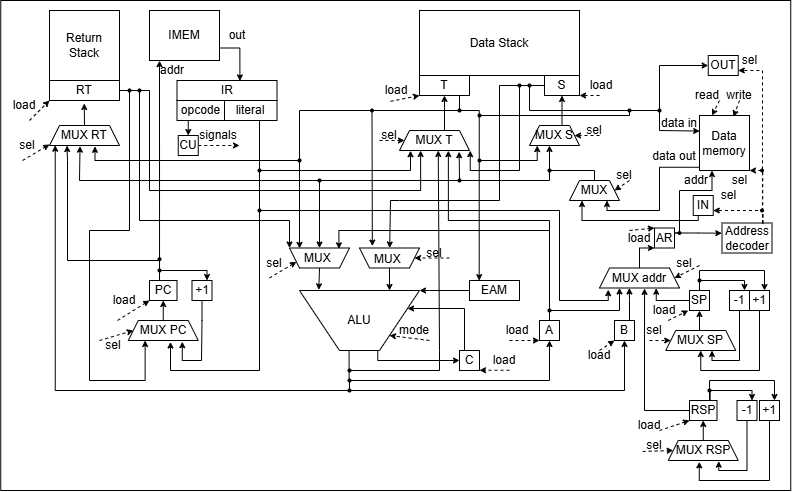
AndrewBond-005/itmo keeps this draw.io diagram as ак/схема.png. Above is the earlier version. Source tidied: cells renumbered, new cells last; positions are measured from the earlier drawing's top-left corner, leaving out a move shared by most shapes.
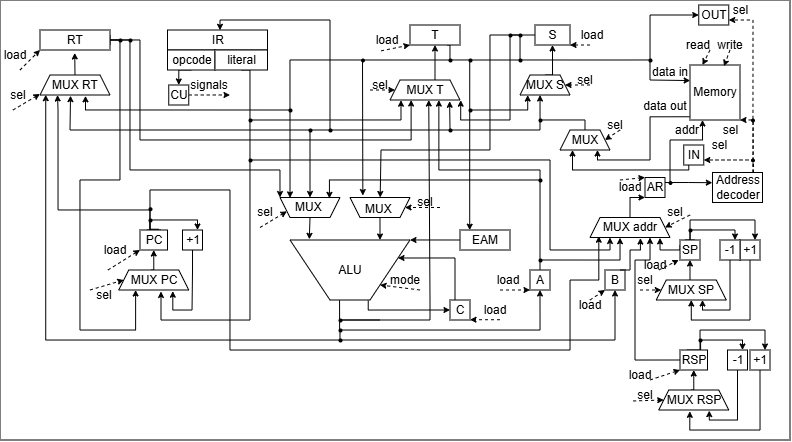
Above is the later version.

Change to the diagram source:
```diff
@@ -3,7 +3,7 @@
     <mxCell id="0" />
     <mxCell id="1" parent="0" />
     <mxCell id="2" style="rounded=0;whiteSpace=wrap;html=1;" parent="1" vertex="1">
-      <mxGeometry x="0.2" width="790" height="490" as="geometry" />
+      <mxGeometry x="9" y="50" width="790" height="440" as="geometry" />
     </mxCell>
     <mxCell id="3" style="edgeStyle=orthogonalEdgeStyle;rounded=0;jettySize=auto;html=1;entryX=0.5;entryY=1;entryDx=0;entryDy=0;startSize=4;endSize=4;jumpStyle=none;exitX=0.587;exitY=-0.004;exitDx=0;exitDy=0;exitPerimeter=0;" parent="1" edge="1" source="4" target="20">
       <mxGeometry relative="1" as="geometry">
@@ -19,9 +19,6 @@
     <mxCell id="5" value="ALU" style="text;html=1;whiteSpace=wrap;strokeColor=none;fillColor=none;align=center;verticalAlign=middle;rounded=0;" parent="1" vertex="1">
       <mxGeometry x="329" y="305" width="60" height="30" as="geometry" />
     </mxCell>
-    <mxCell id="6" value="Data Stack" style="rounded=0;whiteSpace=wrap;html=1;" parent="1" vertex="1">
-      <mxGeometry x="419" y="10" width="160" height="65" as="geometry" />
-    </mxCell>
     <mxCell id="7" style="edgeStyle=orthogonalEdgeStyle;rounded=0;jettySize=auto;html=1;entryX=0.786;entryY=1.097;entryDx=0;entryDy=0;jumpStyle=none;endSize=4;startSize=4;entryPerimeter=0;" parent="1" edge="1" source="166" target="70">
       <mxGeometry relative="1" as="geometry">
         <Array as="points">
@@ -54,11 +51,10 @@
         </Array>
       </mxGeometry>
     </mxCell>
-    <mxCell id="11" style="edgeStyle=orthogonalEdgeStyle;rounded=0;jettySize=auto;html=1;endArrow=classic;endFill=1;endSize=4;startSize=4;entryX=0;entryY=0.5;entryDx=0;entryDy=0;jumpStyle=none;" parent="1" edge="1" source="163" target="146">
+    <mxCell id="11" style="edgeStyle=orthogonalEdgeStyle;rounded=0;jettySize=auto;html=1;endArrow=classic;endFill=1;endSize=4;startSize=4;entryX=0;entryY=0.5;entryDx=0;entryDy=0;jumpStyle=none;" parent="1" edge="1" target="146">
       <mxGeometry relative="1" as="geometry">
+        <mxPoint x="629" y="110" as="sourcePoint" />
         <Array as="points">
-          <mxPoint x="479" y="115" />
-          <mxPoint x="629" y="115" />
           <mxPoint x="629" y="110" />
           <mxPoint x="659" y="110" />
           <mxPoint x="659" y="65" />
@@ -68,9 +64,6 @@
     <mxCell id="12" value="T" style="rounded=0;whiteSpace=wrap;html=1;" parent="1" vertex="1">
       <mxGeometry x="419" y="75" width="50" height="20" as="geometry" />
     </mxCell>
-    <mxCell id="13" value="Return Stack" style="rounded=0;whiteSpace=wrap;html=1;" parent="1" vertex="1">
-      <mxGeometry x="49" y="10" width="70" height="70" as="geometry" />
-    </mxCell>
     <mxCell id="14" style="edgeStyle=orthogonalEdgeStyle;rounded=0;jettySize=auto;html=1;exitX=1;exitY=0.75;exitDx=0;exitDy=0;entryX=0.25;entryY=1;entryDx=0;entryDy=0;jumpStyle=none;endSize=4;startSize=4;" parent="1" edge="1" source="128">
       <mxGeometry relative="1" as="geometry">
         <mxPoint x="144.6" y="340" as="targetPoint" />
@@ -106,10 +99,11 @@
         </Array>
       </mxGeometry>
     </mxCell>
-    <mxCell id="19" style="edgeStyle=orthogonalEdgeStyle;rounded=0;jettySize=auto;html=1;entryX=0.25;entryY=1;entryDx=0;entryDy=0;startSize=4;endSize=4;jumpStyle=none;" parent="1" edge="1" source="182" target="74">
+    <mxCell id="19" style="edgeStyle=orthogonalEdgeStyle;rounded=0;jettySize=auto;html=1;entryX=0.377;entryY=1.008;entryDx=0;entryDy=0;startSize=4;endSize=4;jumpStyle=none;entryPerimeter=0;" parent="1" edge="1" source="182" target="74">
       <mxGeometry relative="1" as="geometry">
         <Array as="points">
-          <mxPoint x="619" y="310" />
+          <mxPoint x="629" y="310" />
+          <mxPoint x="629" y="288" />
         </Array>
       </mxGeometry>
     </mxCell>
@@ -137,11 +131,12 @@
         </Array>
       </mxGeometry>
     </mxCell>
-    <mxCell id="24" style="edgeStyle=orthogonalEdgeStyle;rounded=0;jettySize=auto;html=1;exitX=0;exitY=0.25;exitDx=0;exitDy=0;entryX=0.709;entryY=1.008;entryDx=0;entryDy=0;jumpStyle=none;endSize=4;startSize=4;entryPerimeter=0;" parent="1" edge="1" source="25" target="74">
+    <mxCell id="24" style="edgeStyle=orthogonalEdgeStyle;rounded=0;jettySize=auto;html=1;exitX=0;exitY=0.25;exitDx=0;exitDy=0;entryX=0.869;entryY=1.018;entryDx=0;entryDy=0;jumpStyle=none;endSize=4;startSize=4;entryPerimeter=0;" parent="1" edge="1" source="25" target="74">
       <mxGeometry relative="1" as="geometry">
         <Array as="points">
           <mxPoint x="689" y="300" />
-          <mxPoint x="656" y="300" />
+          <mxPoint x="669" y="300" />
+          <mxPoint x="669" y="288" />
         </Array>
       </mxGeometry>
     </mxCell>
@@ -193,10 +188,12 @@
         </Array>
       </mxGeometry>
     </mxCell>
-    <mxCell id="33" style="edgeStyle=orthogonalEdgeStyle;rounded=0;jettySize=auto;html=1;exitX=0;exitY=0.5;exitDx=0;exitDy=0;jumpStyle=none;endSize=4;startSize=4;entryX=0.563;entryY=1.02;entryDx=0;entryDy=0;entryPerimeter=0;" parent="1" edge="1" source="34" target="74">
+    <mxCell id="33" style="edgeStyle=orthogonalEdgeStyle;rounded=0;jettySize=auto;html=1;exitX=0;exitY=0.5;exitDx=0;exitDy=0;jumpStyle=none;endSize=4;startSize=4;entryX=0.75;entryY=1;entryDx=0;entryDy=0;" parent="1" edge="1" source="34" target="74">
       <mxGeometry relative="1" as="geometry">
         <Array as="points">
           <mxPoint x="644" y="410" />
+          <mxPoint x="644" y="310" />
+          <mxPoint x="659" y="310" />
         </Array>
       </mxGeometry>
     </mxCell>
@@ -231,12 +228,13 @@
         <mxPoint x="700.2" y="440" as="sourcePoint" />
       </mxGeometry>
     </mxCell>
-    <mxCell id="40" style="edgeStyle=orthogonalEdgeStyle;rounded=0;jettySize=auto;html=1;entryX=0.373;entryY=0.998;entryDx=0;entryDy=0;jumpStyle=none;endSize=4;startSize=4;entryPerimeter=0;" parent="1" edge="1" target="74">
+    <mxCell id="40" style="edgeStyle=orthogonalEdgeStyle;rounded=0;jettySize=auto;html=1;entryX=0.63;entryY=1.029;entryDx=0;entryDy=0;jumpStyle=none;endSize=4;startSize=4;entryPerimeter=0;" parent="1" edge="1" target="74">
       <mxGeometry relative="1" as="geometry">
         <mxPoint x="629" y="320" as="sourcePoint" />
         <Array as="points">
-          <mxPoint x="629" y="300" />
-          <mxPoint x="629" y="300" />
+          <mxPoint x="639" y="320" />
+          <mxPoint x="639" y="300" />
+          <mxPoint x="649" y="300" />
         </Array>
       </mxGeometry>
     </mxCell>
@@ -315,13 +313,17 @@
         <mxPoint x="160.2" y="320" as="sourcePoint" />
       </mxGeometry>
     </mxCell>
-    <mxCell id="53" value="IMEM" style="rounded=0;whiteSpace=wrap;html=1;" parent="1" vertex="1">
-      <mxGeometry x="149" y="10" width="70" height="50" as="geometry" />
-    </mxCell>
-    <mxCell id="54" style="edgeStyle=orthogonalEdgeStyle;rounded=0;jettySize=auto;html=1;exitX=0.365;exitY=-0.007;exitDx=0;exitDy=0;jumpStyle=none;endSize=4;startSize=4;entryX=0.143;entryY=1.001;entryDx=0;entryDy=0;entryPerimeter=0;exitPerimeter=0;" parent="1" edge="1" source="49" target="53">
+    <mxCell id="54" style="edgeStyle=orthogonalEdgeStyle;rounded=0;jettySize=auto;html=1;exitX=0.365;exitY=-0.007;exitDx=0;exitDy=0;jumpStyle=none;endSize=4;startSize=4;exitPerimeter=0;entryX=0.11;entryY=0.935;entryDx=0;entryDy=0;entryPerimeter=0;" parent="1" edge="1" target="74">
       <mxGeometry relative="1" as="geometry">
+        <mxPoint x="167.8" y="279.2" as="sourcePoint" />
         <Array as="points">
-          <mxPoint x="159" y="60" />
+          <mxPoint x="159" y="279" />
+          <mxPoint x="159" y="240" />
+          <mxPoint x="239" y="240" />
+          <mxPoint x="239" y="400" />
+          <mxPoint x="579" y="400" />
+          <mxPoint x="579" y="330" />
+          <mxPoint x="608" y="330" />
         </Array>
       </mxGeometry>
     </mxCell>
@@ -347,15 +349,6 @@
     <mxCell id="59" value="literal" style="rounded=0;whiteSpace=wrap;html=1;" parent="1" vertex="1">
       <mxGeometry x="224" y="100" width="52.5" height="20" as="geometry" />
     </mxCell>
-    <mxCell id="60" style="edgeStyle=orthogonalEdgeStyle;rounded=0;jettySize=auto;html=1;exitX=1;exitY=0.75;exitDx=0;exitDy=0;entryX=0.629;entryY=0.022;entryDx=0;entryDy=0;entryPerimeter=0;jumpStyle=none;endSize=4;startSize=4;" parent="1" edge="1" source="53" target="55">
-      <mxGeometry relative="1" as="geometry" />
-    </mxCell>
-    <mxCell id="61" value="addr" style="text;html=1;whiteSpace=wrap;strokeColor=none;fillColor=none;align=center;verticalAlign=middle;rounded=0;" parent="1" vertex="1">
-      <mxGeometry x="151.5" y="60" width="40" height="20" as="geometry" />
-    </mxCell>
-    <mxCell id="62" value="out" style="text;html=1;whiteSpace=wrap;strokeColor=none;fillColor=none;align=center;verticalAlign=middle;rounded=0;" parent="1" vertex="1">
-      <mxGeometry x="211.5" y="25" width="50" height="20" as="geometry" />
-    </mxCell>
     <mxCell id="63" style="edgeStyle=orthogonalEdgeStyle;rounded=0;jettySize=auto;html=1;exitX=0.5;exitY=0;exitDx=0;exitDy=0;entryX=0.839;entryY=1.011;entryDx=0;entryDy=0;entryPerimeter=0;jumpStyle=none;endSize=4;startSize=4;" parent="1" edge="1" source="69" target="4">
       <mxGeometry relative="1" as="geometry" />
     </mxCell>
@@ -450,7 +443,7 @@
       </mxGeometry>
     </mxCell>
     <mxCell id="85" value="load" style="text;html=1;whiteSpace=wrap;strokeColor=none;fillColor=none;align=center;verticalAlign=middle;rounded=0;" parent="1" vertex="1">
-      <mxGeometry x="649" y="305" width="30" height="10" as="geometry" />
+      <mxGeometry x="649" y="310" width="30" height="10" as="geometry" />
     </mxCell>
     <mxCell id="86" style="endArrow=classic;dashed=1;html=1;rounded=0;endFill=1;entryX=0;entryY=1;entryDx=0;entryDy=0;jumpStyle=none;endSize=4;startSize=4;" parent="1" edge="1" target="34">
       <mxGeometry relative="1" as="geometry">
@@ -542,8 +535,9 @@
         </Array>
       </mxGeometry>
     </mxCell>
-    <mxCell id="107" style="edgeStyle=orthogonalEdgeStyle;rounded=0;jettySize=auto;html=1;endSize=0;endArrow=none;endFill=0;exitX=0;exitY=0.5;exitDx=0;exitDy=0;" parent="1" edge="1" source="108" target="160">
+    <mxCell id="107" style="edgeStyle=orthogonalEdgeStyle;rounded=0;jettySize=auto;html=1;endSize=0;endArrow=none;endFill=0;exitX=0;exitY=0.5;exitDx=0;exitDy=0;jumpStyle=none;" parent="1" edge="1" source="108">
       <mxGeometry relative="1" as="geometry">
+        <mxPoint x="629" y="110" as="targetPoint" />
         <Array as="points">
           <mxPoint x="529" y="85" />
           <mxPoint x="529" y="110" />
@@ -637,12 +631,12 @@
         </Array>
       </mxGeometry>
     </mxCell>
-    <mxCell id="125" style="edgeStyle=orthogonalEdgeStyle;rounded=0;jettySize=auto;html=1;startSize=4;endSize=4;entryX=0.109;entryY=1.086;entryDx=0;entryDy=0;entryPerimeter=0;jumpStyle=none;" parent="1" edge="1" source="190" target="74">
+    <mxCell id="125" style="edgeStyle=orthogonalEdgeStyle;rounded=0;jettySize=auto;html=1;startSize=4;endSize=4;entryX=0.25;entryY=1;entryDx=0;entryDy=0;jumpStyle=none;" parent="1" edge="1" source="190" target="74">
       <mxGeometry relative="1" as="geometry">
         <Array as="points">
           <mxPoint x="559" y="210" />
           <mxPoint x="559" y="300" />
-          <mxPoint x="608" y="300" />
+          <mxPoint x="619" y="300" />
         </Array>
       </mxGeometry>
     </mxCell>
@@ -699,7 +693,7 @@
     <mxCell id="136" value="sel" style="text;html=1;whiteSpace=wrap;strokeColor=none;fillColor=none;align=center;verticalAlign=middle;rounded=0;" parent="1" vertex="1">
       <mxGeometry x="719" y="190" width="18.8" height="10" as="geometry" />
     </mxCell>
-    <mxCell id="137" value="Data memory" style="rounded=0;whiteSpace=wrap;html=1;" parent="1" vertex="1">
+    <mxCell id="137" value="Memory" style="rounded=0;whiteSpace=wrap;html=1;" parent="1" vertex="1">
       <mxGeometry x="699" y="115" width="50" height="55" as="geometry" />
     </mxCell>
     <mxCell id="138" style="endArrow=classic;dashed=1;html=1;rounded=0;endFill=1;jumpStyle=none;endSize=4;startSize=4;entryX=0.25;entryY=0;entryDx=0;entryDy=0;" parent="1" edge="1" target="137">
@@ -809,7 +803,7 @@
       <mxGeometry relative="1" as="geometry" />
     </mxCell>
     <mxCell id="160" style="shape=waypoint;sketch=0;fillStyle=solid;size=6;points=[];fillColor=none;perimeter=centerPerimeter;snapToPoint=1;strokeWidth=0;" parent="1" vertex="1">
-      <mxGeometry x="619" y="100" width="20" height="20" as="geometry" />
+      <mxGeometry x="519" y="100" width="20" height="20" as="geometry" />
     </mxCell>
     <mxCell id="161" style="shape=waypoint;sketch=0;fillStyle=solid;size=6;fillColor=none;perimeter=centerPerimeter;strokeWidth=0;" parent="1" vertex="1">
       <mxGeometry x="509" y="75" width="20" height="20" as="geometry" />
@@ -818,7 +812,7 @@
       <mxGeometry x="519" y="75" width="20" height="20" as="geometry" />
     </mxCell>
     <mxCell id="163" style="shape=waypoint;sketch=0;fillStyle=solid;size=6;points=[];fillColor=none;perimeter=centerPerimeter;snapToPoint=1;strokeWidth=0;" parent="1" vertex="1">
-      <mxGeometry x="469" y="105" width="20" height="20" as="geometry" />
+      <mxGeometry x="469" y="100" width="20" height="20" as="geometry" />
     </mxCell>
     <mxCell id="164" style="shape=waypoint;sketch=0;fillStyle=solid;size=6;points=[];fillColor=none;perimeter=centerPerimeter;snapToPoint=1;strokeWidth=0;" parent="1" vertex="1">
       <mxGeometry x="469" y="150" width="20" height="20" as="geometry" />
@@ -911,5 +905,25 @@
     <mxCell id="190" style="shape=waypoint;sketch=0;fillStyle=solid;size=6;points=[];fillColor=none;perimeter=centerPerimeter;snapToPoint=1;strokeWidth=0;" parent="1" vertex="1">
       <mxGeometry x="249" y="200" width="20" height="20" as="geometry" />
     </mxCell>
+    <mxCell id="191" style="endArrow=classic;html=1;rounded=0;entryX=0.525;entryY=0.016;entryDx=0;entryDy=0;entryPerimeter=0;endSize=4;startSize=4;jumpStyle=none;" parent="1" edge="1" target="55">
+      <mxGeometry relative="1" as="geometry">
+        <mxPoint x="339" y="180" as="sourcePoint" />
+        <Array as="points">
+          <mxPoint x="339" y="70" />
+          <mxPoint x="229" y="70" />
+        </Array>
+      </mxGeometry>
+    </mxCell>
+    <mxCell id="192" style="shape=waypoint;sketch=0;fillStyle=solid;size=6;fillColor=none;perimeter=centerPerimeter;strokeWidth=0;" parent="1" vertex="1">
+      <mxGeometry x="329" y="170" width="20" height="20" as="geometry" />
+    </mxCell>
+    <mxCell id="193" style="shape=waypoint;sketch=0;fillStyle=solid;size=6;fillColor=none;perimeter=centerPerimeter;strokeWidth=0;" parent="1" vertex="1">
+      <mxGeometry x="539" y="220" width="20" height="20" as="geometry" />
+    </mxCell>
+    <mxCell id="194" style="endArrow=none;html=1;rounded=0;jumpStyle=none;" parent="1" edge="1" source="163">
+      <mxGeometry relative="1" as="geometry">
+        <mxPoint x="529" y="110" as="targetPoint" />
+      </mxGeometry>
+    </mxCell>
   </root>
 </mxGraphModel>
```
